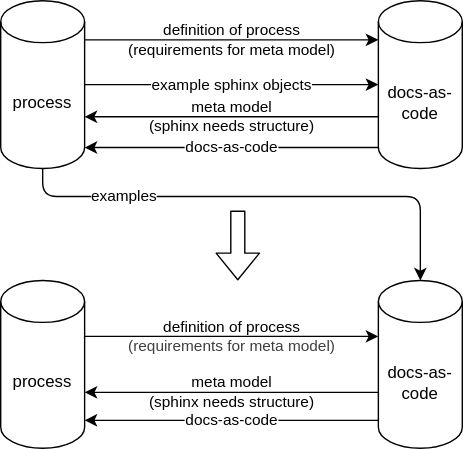
The draw.io diagram docs/design_decisions/img/DR-007-issue_option_5.drawio.svg in eclipse-score/score, before a commit. Source tidied: cells renumbered, new cells last; positions are measured from the earlier drawing's top-left corner, leaving out a move shared by most shapes. Source of this version:
```xml
<mxGraphModel>
  <root>
    <mxCell id="0" />
    <mxCell id="1" parent="0" />
    <mxCell id="2" value="process" style="shape=cylinder3;whiteSpace=wrap;html=1;boundedLbl=1;backgroundOutline=1;size=15;" parent="1" vertex="1">
      <mxGeometry width="60" height="120" as="geometry" />
    </mxCell>
    <mxCell id="3" value="docs-as-code" style="shape=cylinder3;whiteSpace=wrap;html=1;boundedLbl=1;backgroundOutline=1;size=15;" parent="1" vertex="1">
      <mxGeometry x="270" width="60" height="120" as="geometry" />
    </mxCell>
    <mxCell id="4" value="process" style="shape=cylinder3;whiteSpace=wrap;html=1;boundedLbl=1;backgroundOutline=1;size=15;" parent="1" vertex="1">
      <mxGeometry y="200" width="60" height="120" as="geometry" />
    </mxCell>
    <mxCell id="5" value="docs-as-code" style="shape=cylinder3;whiteSpace=wrap;html=1;boundedLbl=1;backgroundOutline=1;size=15;" parent="1" vertex="1">
      <mxGeometry x="270" y="200" width="60" height="120" as="geometry" />
    </mxCell>
    <mxCell id="6" value="examples" style="edgeStyle=orthogonalEdgeStyle;html=1;exitX=0.5;exitY=1;exitDx=0;exitDy=0;exitPerimeter=0;entryX=0.5;entryY=0;entryDx=0;entryDy=0;entryPerimeter=0;" parent="1" edge="1" source="2" target="5">
      <mxGeometry x="-0.55" relative="1" as="geometry">
        <Array as="points">
          <mxPoint x="30" y="140" />
          <mxPoint x="300" y="140" />
        </Array>
      </mxGeometry>
    </mxCell>
    <mxCell id="7" style="shape=flexArrow;endArrow=classic;html=1;" parent="1" edge="1">
      <mxGeometry relative="1" as="geometry">
        <mxPoint x="169.5" y="150" as="sourcePoint" />
        <mxPoint x="169.5" y="200" as="targetPoint" />
      </mxGeometry>
    </mxCell>
    <mxCell id="8" value="definition of process&lt;div&gt;(requirements for meta model)&lt;/div&gt;" style="edgeStyle=none;html=1;exitX=1;exitY=0;exitDx=0;exitDy=27.5;exitPerimeter=0;entryX=0;entryY=0;entryDx=0;entryDy=27.5;entryPerimeter=0;labelBackgroundColor=none;" parent="1" edge="1">
      <mxGeometry relative="1" as="geometry">
        <mxPoint x="60" y="28" as="sourcePoint" />
        <mxPoint x="270" y="28" as="targetPoint" />
      </mxGeometry>
    </mxCell>
    <mxCell id="9" value="example sphinx objects" style="edgeStyle=none;html=1;exitX=1;exitY=0.5;exitDx=0;exitDy=0;exitPerimeter=0;entryX=0;entryY=0.5;entryDx=0;entryDy=0;entryPerimeter=0;" parent="1" edge="1">
      <mxGeometry relative="1" as="geometry">
        <mxPoint x="60" y="60" as="sourcePoint" />
        <mxPoint x="270" y="60" as="targetPoint" />
      </mxGeometry>
    </mxCell>
    <mxCell id="10" value="meta model&lt;div&gt;(sphinx needs structure)&lt;/div&gt;" style="edgeStyle=none;html=1;exitX=0;exitY=0;exitDx=0;exitDy=82.5;exitPerimeter=0;entryX=1;entryY=0;entryDx=0;entryDy=82.5;entryPerimeter=0;labelBackgroundColor=none;" parent="1" edge="1">
      <mxGeometry relative="1" as="geometry">
        <mxPoint x="270" y="83" as="sourcePoint" />
        <mxPoint x="60" y="83" as="targetPoint" />
      </mxGeometry>
    </mxCell>
    <mxCell id="11" value="&lt;span style=&quot;color: rgb(0, 0, 0);&quot;&gt;definition of process&lt;/span&gt;&lt;div style=&quot;color: rgb(63, 63, 63); scrollbar-color: rgb(226, 226, 226) rgb(251, 251, 251);&quot;&gt;(requirements for meta model)&lt;/div&gt;" style="edgeStyle=none;html=1;exitX=1;exitY=0;exitDx=0;exitDy=27.5;exitPerimeter=0;entryX=0;entryY=0;entryDx=0;entryDy=27.5;entryPerimeter=0;labelBackgroundColor=none;" parent="1" edge="1">
      <mxGeometry relative="1" as="geometry">
        <mxPoint x="60" y="240" as="sourcePoint" />
        <mxPoint x="270" y="240" as="targetPoint" />
      </mxGeometry>
    </mxCell>
    <mxCell id="12" value="docs-as-code" style="edgeStyle=none;html=1;exitX=0;exitY=1;exitDx=0;exitDy=-15;exitPerimeter=0;entryX=1;entryY=1;entryDx=0;entryDy=-15;entryPerimeter=0;" parent="1" edge="1" source="3" target="2">
      <mxGeometry relative="1" as="geometry" />
    </mxCell>
    <mxCell id="13" value="docs-as-code" style="edgeStyle=none;html=1;exitX=0;exitY=1;exitDx=0;exitDy=-15;exitPerimeter=0;entryX=1;entryY=1;entryDx=0;entryDy=-15;entryPerimeter=0;" parent="1" edge="1">
      <mxGeometry relative="1" as="geometry">
        <mxPoint x="270" y="300" as="sourcePoint" />
        <mxPoint x="60" y="300" as="targetPoint" />
      </mxGeometry>
    </mxCell>
    <mxCell id="14" value="meta model&lt;div&gt;(sphinx needs structure)&lt;/div&gt;" style="edgeStyle=none;html=1;exitX=0;exitY=0;exitDx=0;exitDy=82.5;exitPerimeter=0;entryX=1;entryY=0;entryDx=0;entryDy=82.5;entryPerimeter=0;labelBackgroundColor=none;" parent="1" edge="1">
      <mxGeometry relative="1" as="geometry">
        <mxPoint x="270" y="280" as="sourcePoint" />
        <mxPoint x="60" y="280" as="targetPoint" />
      </mxGeometry>
    </mxCell>
  </root>
</mxGraphModel>
```
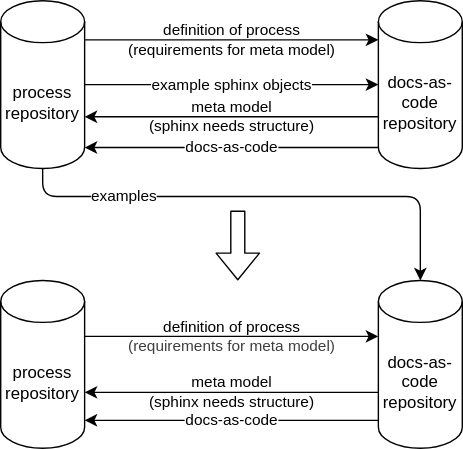
After the change.

What changed in the source:
```diff
@@ -2,16 +2,16 @@
   <root>
     <mxCell id="0" />
     <mxCell id="1" parent="0" />
-    <mxCell id="2" value="process" style="shape=cylinder3;whiteSpace=wrap;html=1;boundedLbl=1;backgroundOutline=1;size=15;" parent="1" vertex="1">
+    <mxCell id="2" value="process&lt;div&gt;repository&lt;/div&gt;" style="shape=cylinder3;whiteSpace=wrap;html=1;boundedLbl=1;backgroundOutline=1;size=15;" parent="1" vertex="1">
       <mxGeometry width="60" height="120" as="geometry" />
     </mxCell>
-    <mxCell id="3" value="docs-as-code" style="shape=cylinder3;whiteSpace=wrap;html=1;boundedLbl=1;backgroundOutline=1;size=15;" parent="1" vertex="1">
+    <mxCell id="3" value="docs-as-code&lt;div&gt;repository&lt;/div&gt;" style="shape=cylinder3;whiteSpace=wrap;html=1;boundedLbl=1;backgroundOutline=1;size=15;" parent="1" vertex="1">
       <mxGeometry x="270" width="60" height="120" as="geometry" />
     </mxCell>
-    <mxCell id="4" value="process" style="shape=cylinder3;whiteSpace=wrap;html=1;boundedLbl=1;backgroundOutline=1;size=15;" parent="1" vertex="1">
+    <mxCell id="4" value="process&lt;div&gt;repository&lt;/div&gt;" style="shape=cylinder3;whiteSpace=wrap;html=1;boundedLbl=1;backgroundOutline=1;size=15;" parent="1" vertex="1">
       <mxGeometry y="200" width="60" height="120" as="geometry" />
     </mxCell>
-    <mxCell id="5" value="docs-as-code" style="shape=cylinder3;whiteSpace=wrap;html=1;boundedLbl=1;backgroundOutline=1;size=15;" parent="1" vertex="1">
+    <mxCell id="5" value="docs-as-code&lt;div&gt;repository&lt;/div&gt;" style="shape=cylinder3;whiteSpace=wrap;html=1;boundedLbl=1;backgroundOutline=1;size=15;" parent="1" vertex="1">
       <mxGeometry x="270" y="200" width="60" height="120" as="geometry" />
     </mxCell>
     <mxCell id="6" value="examples" style="edgeStyle=orthogonalEdgeStyle;html=1;exitX=0.5;exitY=1;exitDx=0;exitDy=0;exitPerimeter=0;entryX=0.5;entryY=0;entryDx=0;entryDy=0;entryPerimeter=0;" parent="1" edge="1" source="2" target="5">
```
